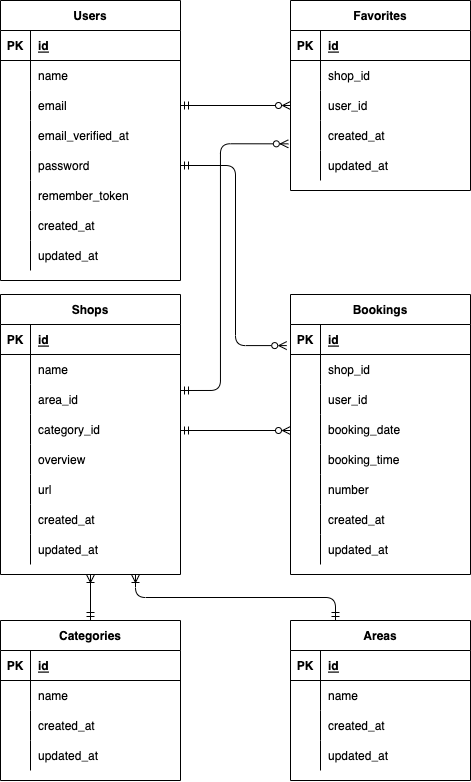
jing-bay/rese.nihira keeps this draw.io diagram as ER.drawio.png. Above is the earlier version. Source tidied: cells renumbered, new cells last; positions are measured from the earlier drawing's top-left corner, leaving out a move shared by most shapes.
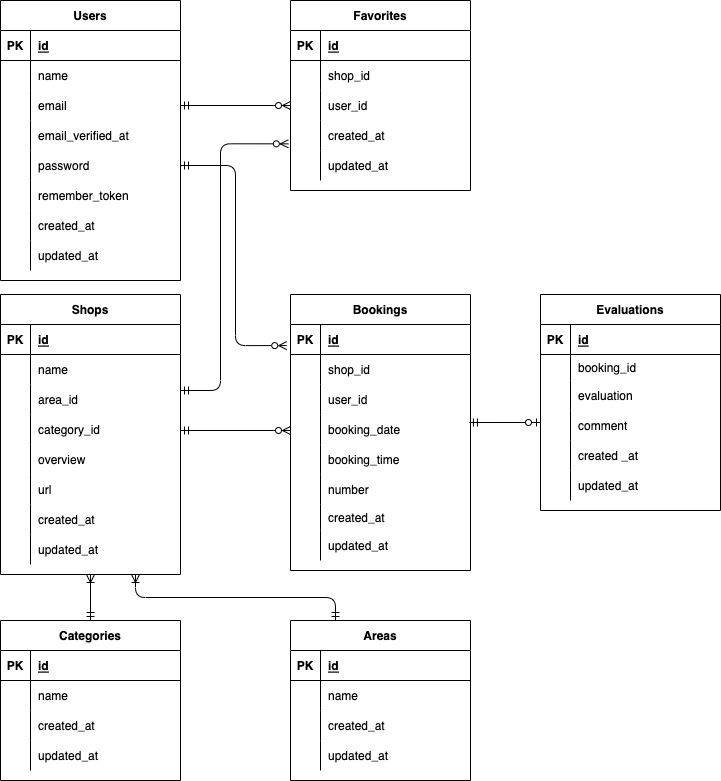
Later version of the same file.

Change to the diagram source:
```diff
@@ -153,7 +153,7 @@
       <mxGeometry x="30" width="150" height="30" as="geometry" />
     </mxCell>
     <mxCell id="52" value="Bookings" style="shape=table;startSize=30;rowLines=0;fontStyle=1;align=center;" parent="1" vertex="1">
-      <mxGeometry x="290" y="294" width="180" height="280" as="geometry" />
+      <mxGeometry x="290" y="294" width="180" height="276" as="geometry" />
     </mxCell>
     <mxCell id="53" style="shape=partialRectangle;fillColor=none;top=0;left=0;bottom=1;right=0;points=[[0,0.5],[1,0.5]];portConstraint=eastwest;" parent="52" vertex="1">
       <mxGeometry y="30" width="180" height="30" as="geometry" />
@@ -210,16 +210,16 @@
       <mxGeometry x="30" width="150" height="30" as="geometry" />
     </mxCell>
     <mxCell id="71" style="shape=partialRectangle;fillColor=none;top=0;left=0;bottom=0;right=0;" parent="52" vertex="1">
-      <mxGeometry y="210" width="180" height="30" as="geometry" />
+      <mxGeometry y="210" width="180" height="26" as="geometry" />
     </mxCell>
     <mxCell id="72" style="shape=partialRectangle;fillColor=none;top=0;left=0;bottom=0;right=0;overflow=hidden;" parent="71" vertex="1">
-      <mxGeometry width="30" height="30" as="geometry" />
+      <mxGeometry width="30" height="26" as="geometry" />
     </mxCell>
     <mxCell id="73" value="created_at" style="shape=partialRectangle;fillColor=none;top=0;left=0;bottom=0;right=0;align=left;spacingLeft=6;overflow=hidden;" parent="71" vertex="1">
-      <mxGeometry x="30" width="150" height="30" as="geometry" />
+      <mxGeometry x="30" width="150" height="26" as="geometry" />
     </mxCell>
     <mxCell id="74" style="shape=partialRectangle;fillColor=none;top=0;left=0;bottom=0;right=0;" parent="52" vertex="1">
-      <mxGeometry y="240" width="180" height="30" as="geometry" />
+      <mxGeometry y="236" width="180" height="30" as="geometry" />
     </mxCell>
     <mxCell id="75" style="shape=partialRectangle;fillColor=none;top=0;left=0;bottom=0;right=0;overflow=hidden;" parent="74" vertex="1">
       <mxGeometry width="30" height="30" as="geometry" />
@@ -380,5 +380,67 @@
     <mxCell id="124" style="fontSize=12;html=1;endArrow=ERoneToMany;endFill=0;startArrow=ERmandOne;startFill=0;entryX=0.75;entryY=1;entryDx=0;entryDy=0;exitX=0.25;exitY=0;exitDx=0;exitDy=0;edgeStyle=orthogonalEdgeStyle;" parent="1" edge="1" source="97" target="27">
       <mxGeometry relative="1" as="geometry" />
     </mxCell>
+    <mxCell id="125" value="Evaluations" style="shape=table;startSize=30;rowLines=0;fontStyle=1;align=center;" parent="1" vertex="1">
+      <mxGeometry x="540" y="294" width="180" height="216" as="geometry" />
+    </mxCell>
+    <mxCell id="126" style="shape=partialRectangle;fillColor=none;top=0;left=0;bottom=1;right=0;" parent="125" vertex="1">
+      <mxGeometry y="30" width="180" height="30" as="geometry" />
+    </mxCell>
+    <mxCell id="127" value="PK" style="shape=partialRectangle;fillColor=none;top=0;left=0;bottom=0;right=0;fontStyle=1;overflow=hidden;" parent="126" vertex="1">
+      <mxGeometry width="30" height="30" as="geometry" />
+    </mxCell>
+    <mxCell id="128" value="id" style="shape=partialRectangle;fillColor=none;top=0;left=0;bottom=0;right=0;align=left;spacingLeft=6;fontStyle=5;overflow=hidden;" parent="126" vertex="1">
+      <mxGeometry x="30" width="150" height="30" as="geometry" />
+    </mxCell>
+    <mxCell id="129" style="shape=partialRectangle;fillColor=none;top=0;left=0;bottom=0;right=0;" parent="125" vertex="1">
+      <mxGeometry y="60" width="180" height="26" as="geometry" />
+    </mxCell>
+    <mxCell id="130" style="shape=partialRectangle;fillColor=none;top=0;left=0;bottom=0;right=0;overflow=hidden;" parent="129" vertex="1">
+      <mxGeometry width="30" height="26" as="geometry" />
+    </mxCell>
+    <mxCell id="131" value="booking_id" style="shape=partialRectangle;fillColor=none;top=0;left=0;bottom=0;right=0;align=left;spacingLeft=6;overflow=hidden;" parent="129" vertex="1">
+      <mxGeometry x="30" width="150" height="26" as="geometry" />
+    </mxCell>
+    <mxCell id="132" style="shape=partialRectangle;fillColor=none;top=0;left=0;bottom=0;right=0;" parent="125" vertex="1">
+      <mxGeometry y="86" width="180" height="30" as="geometry" />
+    </mxCell>
+    <mxCell id="133" style="shape=partialRectangle;fillColor=none;top=0;left=0;bottom=0;right=0;overflow=hidden;" parent="132" vertex="1">
+      <mxGeometry width="30" height="30" as="geometry" />
+    </mxCell>
+    <mxCell id="134" value="evaluation" style="shape=partialRectangle;fillColor=none;top=0;left=0;bottom=0;right=0;align=left;spacingLeft=6;overflow=hidden;" parent="132" vertex="1">
+      <mxGeometry x="30" width="150" height="30" as="geometry" />
+    </mxCell>
+    <mxCell id="135" style="shape=partialRectangle;fillColor=none;top=0;left=0;bottom=0;right=0;" parent="125" vertex="1">
+      <mxGeometry y="116" width="180" height="30" as="geometry" />
+    </mxCell>
+    <mxCell id="136" style="shape=partialRectangle;fillColor=none;top=0;left=0;bottom=0;right=0;overflow=hidden;" parent="135" vertex="1">
+      <mxGeometry width="30" height="30" as="geometry" />
+    </mxCell>
+    <mxCell id="137" value="comment" style="shape=partialRectangle;fillColor=none;top=0;left=0;bottom=0;right=0;align=left;spacingLeft=6;overflow=hidden;" parent="135" vertex="1">
+      <mxGeometry x="30" width="150" height="30" as="geometry" />
+    </mxCell>
+    <mxCell id="138" style="shape=partialRectangle;fillColor=none;top=0;left=0;bottom=0;right=0;" parent="125" vertex="1">
+      <mxGeometry y="146" width="180" height="30" as="geometry" />
+    </mxCell>
+    <mxCell id="139" style="shape=partialRectangle;fillColor=none;top=0;left=0;bottom=0;right=0;overflow=hidden;" parent="138" vertex="1">
+      <mxGeometry width="30" height="30" as="geometry" />
+    </mxCell>
+    <mxCell id="140" value="created _at" style="shape=partialRectangle;fillColor=none;top=0;left=0;bottom=0;right=0;align=left;spacingLeft=6;overflow=hidden;" parent="138" vertex="1">
+      <mxGeometry x="30" width="150" height="30" as="geometry" />
+    </mxCell>
+    <mxCell id="141" style="shape=partialRectangle;fillColor=none;top=0;left=0;bottom=0;right=0;" parent="125" vertex="1">
+      <mxGeometry y="176" width="180" height="30" as="geometry" />
+    </mxCell>
+    <mxCell id="142" style="shape=partialRectangle;fillColor=none;top=0;left=0;bottom=0;right=0;overflow=hidden;" parent="141" vertex="1">
+      <mxGeometry width="30" height="30" as="geometry" />
+    </mxCell>
+    <mxCell id="143" value="updated_at" style="shape=partialRectangle;fillColor=none;top=0;left=0;bottom=0;right=0;align=left;spacingLeft=6;overflow=hidden;" parent="141" vertex="1">
+      <mxGeometry x="30" width="150" height="30" as="geometry" />
+    </mxCell>
+    <mxCell id="144" style="fontSize=12;html=1;endArrow=ERzeroToOne;startArrow=ERmandOne;exitX=0.994;exitY=0.267;exitDx=0;exitDy=0;exitPerimeter=0;strokeColor=default;endFill=0;" parent="1" edge="1" source="62">
+      <mxGeometry relative="1" as="geometry">
+        <mxPoint x="540" y="422" as="targetPoint" />
+      </mxGeometry>
+    </mxCell>
   </root>
 </mxGraphModel>
```
